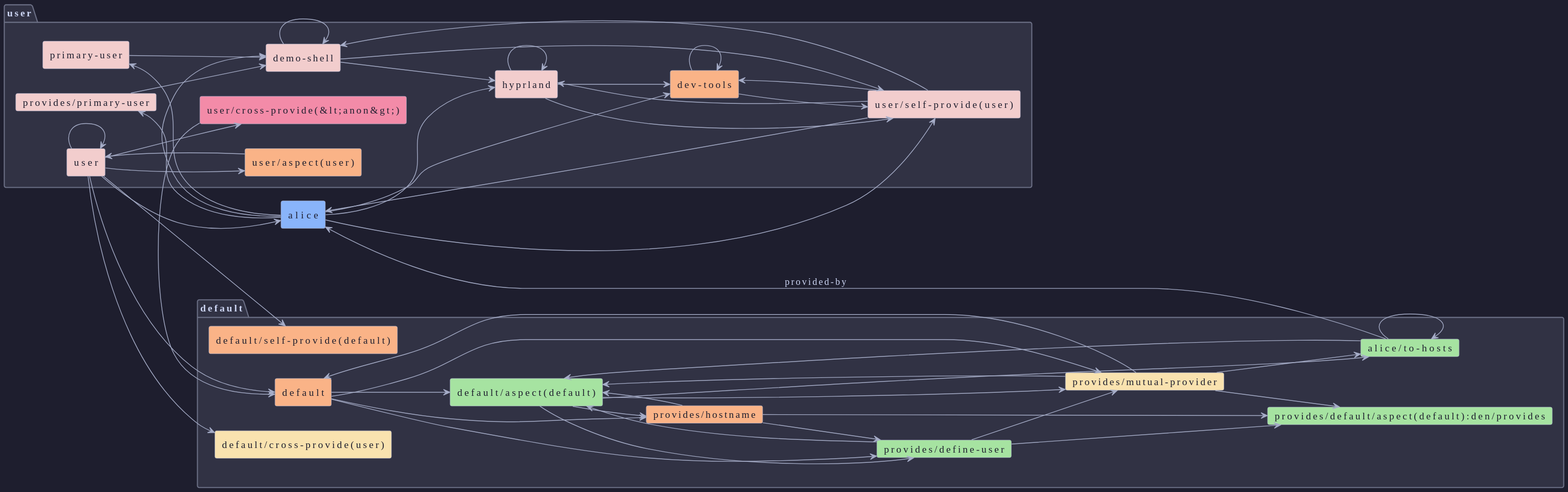
The PlantUML diagram templates/diag-fx-demo/diagrams/multi-desktop-alice-dag.puml.svg in sini/den, before a commit.
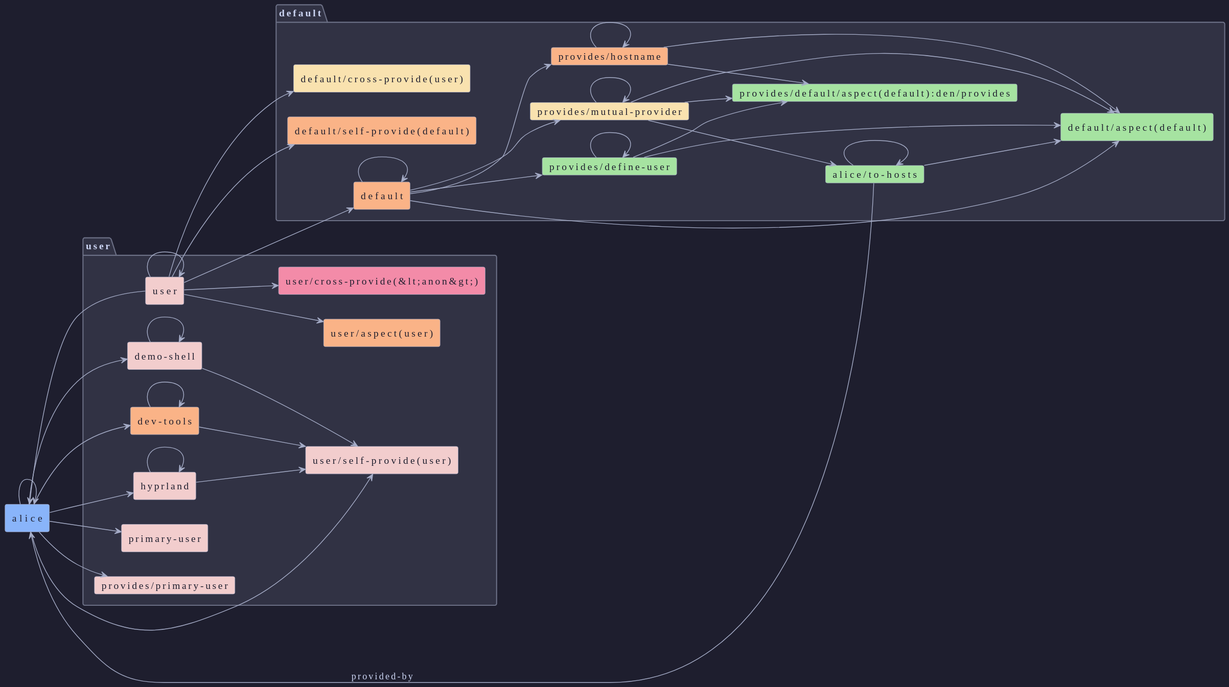
After the change.

Change to the diagram source:
```diff
@@ -45,6 +45,7 @@
   card "alice/to-hosts" as alice__to_hosts #a6e3a1
 }
 
+alice --> alice
 alice --> demo_shell
 alice --> dev_tools
 alice --> hyprland
@@ -53,34 +54,27 @@
 alice --> user__self_provide_user_
 alice__to_hosts --> default__aspect_default_
 alice__to_hosts --> alice__to_hosts
+n_default --> n_default
 n_default --> default__aspect_default_
 n_default --> den__provides__define_user
 n_default --> den__provides__hostname
 n_default --> den__provides__mutual_provider
-default__aspect_default_ --> den__provides__define_user
-default__aspect_default_ --> den__provides__hostname
-default__aspect_default_ --> den__provides__mutual_provider
-default__aspect_default_ --> alice__to_hosts
 demo_shell --> demo_shell
-demo_shell --> hyprland
 demo_shell --> user__self_provide_user_
 den__provides__define_user --> default__aspect_default_
 den__provides__define_user --> den__provides__default__aspect_default__den__provides
-den__provides__define_user --> den__provides__mutual_provider
+den__provides__define_user --> den__provides__define_user
 den__provides__hostname --> default__aspect_default_
 den__provides__hostname --> den__provides__default__aspect_default__den__provides
-den__provides__hostname --> den__provides__define_user
-den__provides__mutual_provider --> n_default
+den__provides__hostname --> den__provides__hostname
 den__provides__mutual_provider --> default__aspect_default_
 den__provides__mutual_provider --> den__provides__default__aspect_default__den__provides
+den__provides__mutual_provider --> den__provides__mutual_provider
 den__provides__mutual_provider --> alice__to_hosts
-den__provides__primary_user --> demo_shell
 dev_tools --> dev_tools
 dev_tools --> user__self_provide_user_
-hyprland --> dev_tools
 hyprland --> hyprland
 hyprland --> user__self_provide_user_
-primary_user --> demo_shell
 user --> alice
 user --> n_default
 user --> default__cross_provide_user_
@@ -88,11 +82,5 @@
 user --> user
 user --> user__aspect_user_
 user --> user__cross_provide__anon__
-user__aspect_user_ --> user
-user__cross_provide__anon__ --> n_default
-user__self_provide_user_ --> alice
-user__self_provide_user_ --> demo_shell
-user__self_provide_user_ --> dev_tools
-user__self_provide_user_ --> hyprland
 alice__to_hosts --> alice : provided-by
 @enduml
```
